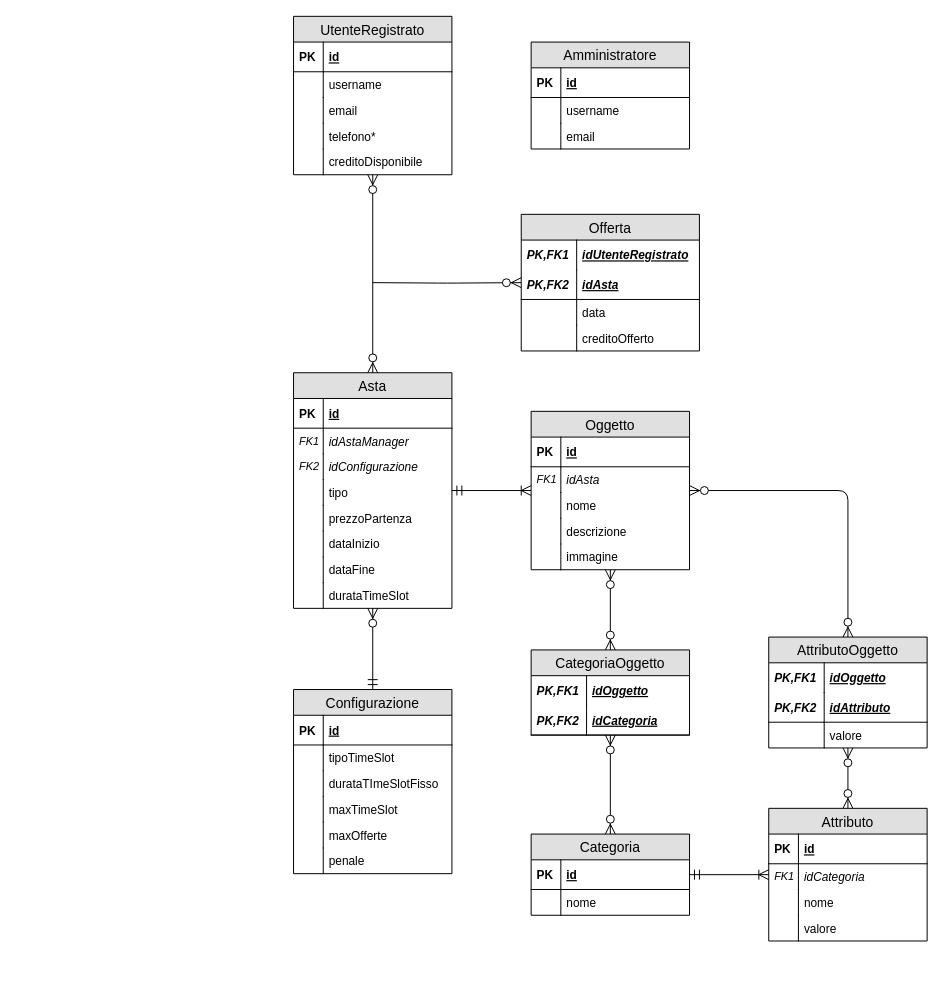
The draw.io diagram Documentazione/Progettazione/Database/Progettazione logica/Relational Model Diagram.drawio in UnimibSoftEngCourse1920/progetto-aste-2-gruppo-aste-2, before the edit. Source tidied: cells renumbered, new cells numbered last; positions are measured from the earlier drawing's top-left corner, leaving out a move shared by most shapes. Both pictures are drawn from the tidied source at 99%, with x=0, y=0 at pixel (293, 16).
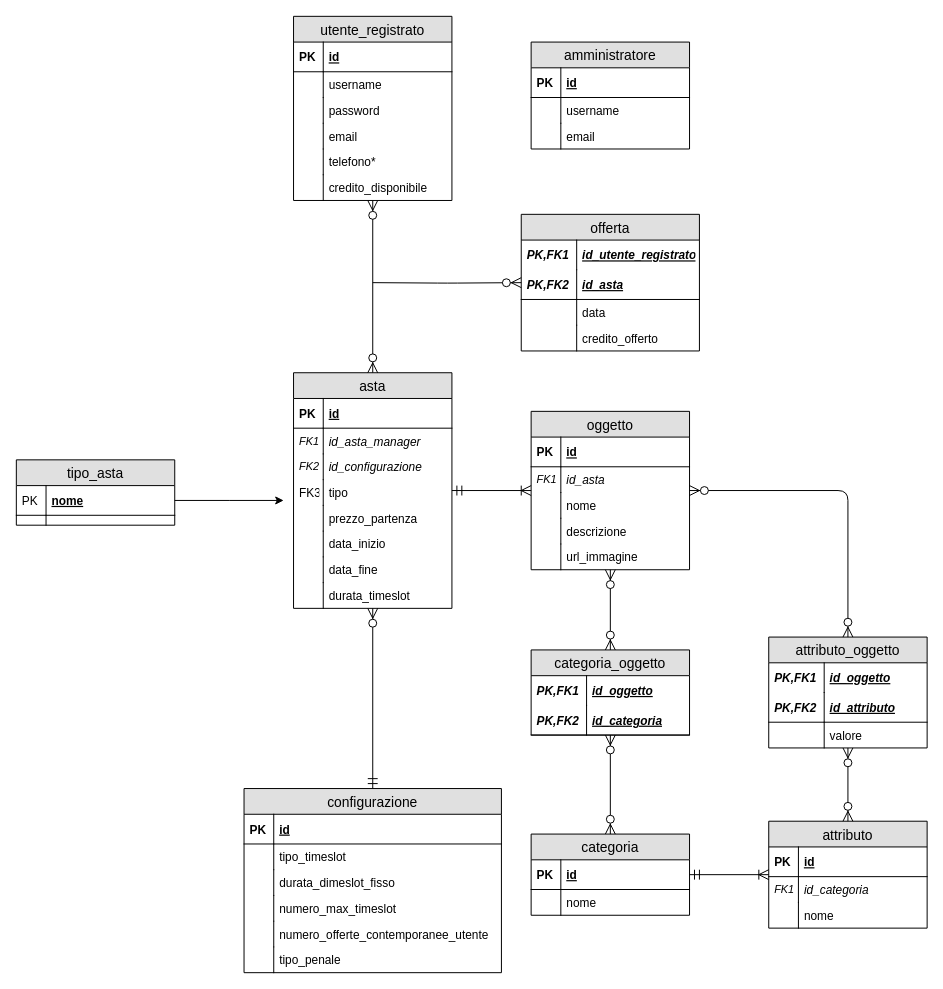
After the change.

Commit message (it also covers changes not shown here):
aggiornato diagramma logico db

Unchanged cells that the change refers to:
```xml
<mxCell id="27" value="tipo" style="shape=partialRectangle;top=0;left=0;right=0;bottom=0;align=left;verticalAlign=top;fillColor=none;spacingLeft=34;spacingRight=4;overflow=hidden;fontSize=12;" parent="20" vertex="1">
  <mxGeometry y="108" width="160" height="26" as="geometry" />
</mxCell>
```

Diff of the diagram source:
```diff
@@
-    <mxCell id="2" value="UtenteRegistrato" style="swimlane;fontStyle=0;horizontal=1;startSize=26;fillColor=#e0e0e0;swimlaneFillColor=#ffffff;align=center;fontSize=14;" parent="1" vertex="1">
-      <mxGeometry width="160" height="160" as="geometry" />
+    <mxCell id="2" value="utente_registrato" style="swimlane;fontStyle=0;horizontal=1;startSize=26;fillColor=#e0e0e0;swimlaneFillColor=#ffffff;align=center;fontSize=14;" parent="1" vertex="1">
+      <mxGeometry width="160" height="186" as="geometry" />
     </mxCell>
@@
+    <mxCell id="105" value="password" style="shape=partialRectangle;top=0;left=0;right=0;bottom=0;align=left;verticalAlign=top;fillColor=none;spacingLeft=34;spacingRight=4;overflow=hidden;fontSize=12;" parent="2" vertex="1">
+      <mxGeometry y="82" width="160" height="26" as="geometry" />
+    </mxCell>
+    <mxCell id="83" style="shape=partialRectangle;top=0;left=0;bottom=0;fillColor=none;align=left;verticalAlign=top;spacingLeft=4;spacingRight=4;overflow=hidden;fontSize=12;" parent="105" vertex="1">
+      <mxGeometry width="30" height="26" as="geometry" />
+    </mxCell>
     <mxCell id="7" value="email" style="shape=partialRectangle;top=0;left=0;right=0;bottom=0;align=left;verticalAlign=top;fillColor=none;spacingLeft=34;spacingRight=4;overflow=hidden;fontSize=12;" parent="2" vertex="1">
-      <mxGeometry y="82" width="160" height="26" as="geometry" />
+      <mxGeometry y="108" width="160" height="26" as="geometry" />
     </mxCell>
@@
     <mxCell id="9" value="telefono*" style="shape=partialRectangle;top=0;left=0;right=0;bottom=0;align=left;verticalAlign=top;fillColor=none;spacingLeft=34;spacingRight=4;overflow=hidden;fontSize=12;" parent="2" vertex="1">
-      <mxGeometry y="108" width="160" height="26" as="geometry" />
+      <mxGeometry y="134" width="160" height="26" as="geometry" />
     </mxCell>
@@
-    <mxCell id="11" value="creditoDisponibile" style="shape=partialRectangle;top=0;left=0;right=0;bottom=0;align=left;verticalAlign=top;fillColor=none;spacingLeft=34;spacingRight=4;overflow=hidden;fontSize=12;" parent="2" vertex="1">
-      <mxGeometry y="134" width="160" height="26" as="geometry" />
+    <mxCell id="11" value="credito_disponibile" style="shape=partialRectangle;top=0;left=0;right=0;bottom=0;align=left;verticalAlign=top;fillColor=none;spacingLeft=34;spacingRight=4;overflow=hidden;fontSize=12;" parent="2" vertex="1">
+      <mxGeometry y="160" width="160" height="26" as="geometry" />
     </mxCell>
@@
-    <mxCell id="13" value="Amministratore" style="swimlane;fontStyle=0;horizontal=1;startSize=26;fillColor=#e0e0e0;swimlaneFillColor=#ffffff;align=center;fontSize=14;" parent="1" vertex="1">
+    <mxCell id="13" value="amministratore" style="swimlane;fontStyle=0;horizontal=1;startSize=26;fillColor=#e0e0e0;swimlaneFillColor=#ffffff;align=center;fontSize=14;" parent="1" vertex="1">
       <mxGeometry x="240" y="26" width="160" height="108" as="geometry" />
     </mxCell>
@@
-    <mxCell id="20" value="Asta" style="swimlane;fontStyle=0;horizontal=1;startSize=26;fillColor=#e0e0e0;swimlaneFillColor=#ffffff;align=center;fontSize=14;" parent="1" vertex="1">
+    <mxCell id="20" value="asta" style="swimlane;fontStyle=0;horizontal=1;startSize=26;fillColor=#e0e0e0;swimlaneFillColor=#ffffff;align=center;fontSize=14;" parent="1" vertex="1">
       <mxGeometry y="360" width="160" height="238" as="geometry" />
     </mxCell>
@@
-    <mxCell id="23" value="idAstaManager" style="shape=partialRectangle;top=0;left=0;right=0;bottom=0;align=left;verticalAlign=top;fillColor=none;spacingLeft=34;spacingRight=4;overflow=hidden;fontSize=12;fontStyle=2;" parent="20" vertex="1">
+    <mxCell id="23" value="id_asta_manager" style="shape=partialRectangle;top=0;left=0;right=0;bottom=0;align=left;verticalAlign=top;fillColor=none;spacingLeft=34;spacingRight=4;overflow=hidden;fontSize=12;fontStyle=2;" parent="20" vertex="1">
       <mxGeometry y="56" width="160" height="26" as="geometry" />
     </mxCell>
@@
-    <mxCell id="25" value="idConfigurazione" style="shape=partialRectangle;top=0;left=0;right=0;bottom=0;align=left;verticalAlign=top;fillColor=none;spacingLeft=34;spacingRight=4;overflow=hidden;fontSize=12;fontStyle=2;" parent="20" vertex="1">
+    <mxCell id="25" value="id_configurazione" style="shape=partialRectangle;top=0;left=0;right=0;bottom=0;align=left;verticalAlign=top;fillColor=none;spacingLeft=34;spacingRight=4;overflow=hidden;fontSize=12;fontStyle=2;" parent="20" vertex="1">
       <mxGeometry y="82" width="160" height="26" as="geometry" />
     </mxCell>
@@
-    <mxCell id="28" style="shape=partialRectangle;top=0;left=0;bottom=0;fillColor=none;align=left;verticalAlign=top;spacingLeft=4;spacingRight=4;overflow=hidden;fontSize=12;" parent="27" vertex="1">
+    <mxCell id="28" value="FK3" style="shape=partialRectangle;top=0;left=0;bottom=0;fillColor=none;align=left;verticalAlign=top;spacingLeft=4;spacingRight=4;overflow=hidden;fontSize=12;" parent="27" vertex="1">
       <mxGeometry width="30" height="26" as="geometry" />
     </mxCell>
-    <mxCell id="29" value="prezzoPartenza" style="shape=partialRectangle;top=0;left=0;right=0;bottom=0;align=left;verticalAlign=top;fillColor=none;spacingLeft=34;spacingRight=4;overflow=hidden;fontSize=12;" parent="20" vertex="1">
+    <mxCell id="29" value="prezzo_partenza" style="shape=partialRectangle;top=0;left=0;right=0;bottom=0;align=left;verticalAlign=top;fillColor=none;spacingLeft=34;spacingRight=4;overflow=hidden;fontSize=12;" parent="20" vertex="1">
       <mxGeometry y="134" width="160" height="26" as="geometry" />
     </mxCell>
@@
-    <mxCell id="31" value="dataInizio" style="shape=partialRectangle;top=0;left=0;right=0;bottom=0;align=left;verticalAlign=top;fillColor=none;spacingLeft=34;spacingRight=4;overflow=hidden;fontSize=12;" parent="20" vertex="1">
+    <mxCell id="31" value="data_inizio" style="shape=partialRectangle;top=0;left=0;right=0;bottom=0;align=left;verticalAlign=top;fillColor=none;spacingLeft=34;spacingRight=4;overflow=hidden;fontSize=12;" parent="20" vertex="1">
       <mxGeometry y="160" width="160" height="26" as="geometry" />
     </mxCell>
@@
-    <mxCell id="33" value="dataFine" style="shape=partialRectangle;top=0;left=0;right=0;bottom=0;align=left;verticalAlign=top;fillColor=none;spacingLeft=34;spacingRight=4;overflow=hidden;fontSize=12;" parent="20" vertex="1">
+    <mxCell id="33" value="data_fine" style="shape=partialRectangle;top=0;left=0;right=0;bottom=0;align=left;verticalAlign=top;fillColor=none;spacingLeft=34;spacingRight=4;overflow=hidden;fontSize=12;" parent="20" vertex="1">
       <mxGeometry y="186" width="160" height="26" as="geometry" />
     </mxCell>
@@
-    <mxCell id="35" value="durataTimeSlot" style="shape=partialRectangle;top=0;left=0;right=0;bottom=0;align=left;verticalAlign=top;fillColor=none;spacingLeft=34;spacingRight=4;overflow=hidden;fontSize=12;" parent="20" vertex="1">
+    <mxCell id="35" value="durata_timeslot" style="shape=partialRectangle;top=0;left=0;right=0;bottom=0;align=left;verticalAlign=top;fillColor=none;spacingLeft=34;spacingRight=4;overflow=hidden;fontSize=12;" parent="20" vertex="1">
       <mxGeometry y="212" width="160" height="26" as="geometry" />
     </mxCell>
@@
-    <mxCell id="37" value="Offerta" style="swimlane;fontStyle=0;horizontal=1;startSize=26;fillColor=#e0e0e0;swimlaneFillColor=#ffffff;align=center;fontSize=14;" parent="1" vertex="1">
+    <mxCell id="37" value="offerta" style="swimlane;fontStyle=0;horizontal=1;startSize=26;fillColor=#e0e0e0;swimlaneFillColor=#ffffff;align=center;fontSize=14;" parent="1" vertex="1">
       <mxGeometry x="230" y="200" width="180" height="138" as="geometry" />
     </mxCell>
-    <mxCell id="38" value="idUtenteRegistrato" style="shape=partialRectangle;top=0;left=0;right=0;bottom=0;align=left;verticalAlign=middle;fillColor=none;spacingLeft=60;spacingRight=4;overflow=hidden;fontStyle=7;fontSize=12;" parent="37" vertex="1">
+    <mxCell id="38" value="id_utente_registrato" style="shape=partialRectangle;top=0;left=0;right=0;bottom=0;align=left;verticalAlign=middle;fillColor=none;spacingLeft=60;spacingRight=4;overflow=hidden;fontStyle=7;fontSize=12;" parent="37" vertex="1">
       <mxGeometry y="26" width="180" height="30" as="geometry" />
     </mxCell>
@@
-    <mxCell id="40" value="idAsta" style="shape=partialRectangle;top=0;left=0;right=0;bottom=1;align=left;verticalAlign=middle;fillColor=none;spacingLeft=60;spacingRight=4;overflow=hidden;fontStyle=7;fontSize=12;" parent="37" vertex="1">
+    <mxCell id="40" value="id_asta" style="shape=partialRectangle;top=0;left=0;right=0;bottom=1;align=left;verticalAlign=middle;fillColor=none;spacingLeft=60;spacingRight=4;overflow=hidden;fontStyle=7;fontSize=12;" parent="37" vertex="1">
       <mxGeometry y="56" width="180" height="30" as="geometry" />
     </mxCell>
@@
-    <mxCell id="44" value="creditoOfferto" style="shape=partialRectangle;top=0;left=0;right=0;bottom=0;align=left;verticalAlign=top;fillColor=none;spacingLeft=60;spacingRight=4;overflow=hidden;fontSize=12;" parent="37" vertex="1">
+    <mxCell id="44" value="credito_offerto" style="shape=partialRectangle;top=0;left=0;right=0;bottom=0;align=left;verticalAlign=top;fillColor=none;spacingLeft=60;spacingRight=4;overflow=hidden;fontSize=12;" parent="37" vertex="1">
       <mxGeometry y="112" width="180" height="26" as="geometry" />
     </mxCell>
@@
-    <mxCell id="46" value="Configurazione" style="swimlane;fontStyle=0;horizontal=1;startSize=26;fillColor=#e0e0e0;swimlaneFillColor=#ffffff;align=center;fontSize=14;" parent="1" vertex="1">
-      <mxGeometry y="680" width="160" height="186" as="geometry" />
+    <mxCell id="46" value="configurazione" style="swimlane;fontStyle=0;horizontal=1;startSize=26;fillColor=#e0e0e0;swimlaneFillColor=#ffffff;align=center;fontSize=14;" parent="1" vertex="1">
+      <mxGeometry x="-50" y="780" width="260" height="186" as="geometry" />
     </mxCell>
     <mxCell id="47" value="id" style="shape=partialRectangle;top=0;left=0;right=0;bottom=1;align=left;verticalAlign=middle;fillColor=none;spacingLeft=34;spacingRight=4;overflow=hidden;fontStyle=5;fontSize=12;" parent="46" vertex="1">
-      <mxGeometry y="26" width="160" height="30" as="geometry" />
+      <mxGeometry y="26" width="260" height="30" as="geometry" />
     </mxCell>
@@
-    <mxCell id="49" value="tipoTimeSlot" style="shape=partialRectangle;top=0;left=0;right=0;bottom=0;align=left;verticalAlign=top;fillColor=none;spacingLeft=34;spacingRight=4;overflow=hidden;fontSize=12;" parent="46" vertex="1">
-      <mxGeometry y="56" width="160" height="26" as="geometry" />
+    <mxCell id="49" value="tipo_timeslot" style="shape=partialRectangle;top=0;left=0;right=0;bottom=0;align=left;verticalAlign=top;fillColor=none;spacingLeft=34;spacingRight=4;overflow=hidden;fontSize=12;" parent="46" vertex="1">
+      <mxGeometry y="56" width="260" height="26" as="geometry" />
     </mxCell>
@@
-    <mxCell id="51" value="durataTImeSlotFisso" style="shape=partialRectangle;top=0;left=0;right=0;bottom=0;align=left;verticalAlign=top;fillColor=none;spacingLeft=34;spacingRight=4;overflow=hidden;fontSize=12;" parent="46" vertex="1">
-      <mxGeometry y="82" width="160" height="26" as="geometry" />
+    <mxCell id="51" value="durata_dimeslot_fisso" style="shape=partialRectangle;top=0;left=0;right=0;bottom=0;align=left;verticalAlign=top;fillColor=none;spacingLeft=34;spacingRight=4;overflow=hidden;fontSize=12;" parent="46" vertex="1">
+      <mxGeometry y="82" width="260" height="26" as="geometry" />
     </mxCell>
@@
-    <mxCell id="53" value="maxTimeSlot" style="shape=partialRectangle;top=0;left=0;right=0;bottom=0;align=left;verticalAlign=top;fillColor=none;spacingLeft=34;spacingRight=4;overflow=hidden;fontSize=12;" parent="46" vertex="1">
-      <mxGeometry y="108" width="160" height="26" as="geometry" />
+    <mxCell id="53" value="numero_max_timeslot" style="shape=partialRectangle;top=0;left=0;right=0;bottom=0;align=left;verticalAlign=top;fillColor=none;spacingLeft=34;spacingRight=4;overflow=hidden;fontSize=12;" parent="46" vertex="1">
+      <mxGeometry y="108" width="260" height="26" as="geometry" />
     </mxCell>
@@
-    <mxCell id="55" value="maxOfferte" style="shape=partialRectangle;top=0;left=0;right=0;bottom=0;align=left;verticalAlign=top;fillColor=none;spacingLeft=34;spacingRight=4;overflow=hidden;fontSize=12;" parent="46" vertex="1">
-      <mxGeometry y="134" width="160" height="26" as="geometry" />
+    <mxCell id="55" value="numero_offerte_contemporanee_utente" style="shape=partialRectangle;top=0;left=0;right=0;bottom=0;align=left;verticalAlign=top;fillColor=none;spacingLeft=34;spacingRight=4;overflow=hidden;fontSize=12;" parent="46" vertex="1">
+      <mxGeometry y="134" width="260" height="26" as="geometry" />
     </mxCell>
@@
-    <mxCell id="57" value="penale" style="shape=partialRectangle;top=0;left=0;right=0;bottom=0;align=left;verticalAlign=top;fillColor=none;spacingLeft=34;spacingRight=4;overflow=hidden;fontSize=12;" parent="46" vertex="1">
-      <mxGeometry y="160" width="160" height="26" as="geometry" />
+    <mxCell id="57" value="tipo_penale" style="shape=partialRectangle;top=0;left=0;right=0;bottom=0;align=left;verticalAlign=top;fillColor=none;spacingLeft=34;spacingRight=4;overflow=hidden;fontSize=12;" parent="46" vertex="1">
+      <mxGeometry y="160" width="260" height="26" as="geometry" />
     </mxCell>
@@
-    <mxCell id="59" value="Oggetto" style="swimlane;fontStyle=0;horizontal=1;startSize=26;fillColor=#e0e0e0;swimlaneFillColor=#ffffff;align=center;fontSize=14;" parent="1" vertex="1">
+    <mxCell id="59" value="oggetto" style="swimlane;fontStyle=0;horizontal=1;startSize=26;fillColor=#e0e0e0;swimlaneFillColor=#ffffff;align=center;fontSize=14;" parent="1" vertex="1">
       <mxGeometry x="240" y="399" width="160" height="160" as="geometry" />
     </mxCell>
@@
-    <mxCell id="62" value="idAsta" style="shape=partialRectangle;top=0;left=0;right=0;bottom=0;align=left;verticalAlign=top;fillColor=none;spacingLeft=34;spacingRight=4;overflow=hidden;fontSize=12;fontStyle=2;" parent="59" vertex="1">
+    <mxCell id="62" value="id_asta" style="shape=partialRectangle;top=0;left=0;right=0;bottom=0;align=left;verticalAlign=top;fillColor=none;spacingLeft=34;spacingRight=4;overflow=hidden;fontSize=12;fontStyle=2;" parent="59" vertex="1">
       <mxGeometry y="56" width="160" height="26" as="geometry" />
     </mxCell>
@@
-    <mxCell id="68" value="immagine" style="shape=partialRectangle;top=0;left=0;right=0;bottom=0;align=left;verticalAlign=top;fillColor=none;spacingLeft=34;spacingRight=4;overflow=hidden;fontSize=12;" parent="59" vertex="1">
+    <mxCell id="68" value="url_immagine" style="shape=partialRectangle;top=0;left=0;right=0;bottom=0;align=left;verticalAlign=top;fillColor=none;spacingLeft=34;spacingRight=4;overflow=hidden;fontSize=12;" parent="59" vertex="1">
       <mxGeometry y="134" width="160" height="26" as="geometry" />
     </mxCell>
@@
-    <mxCell id="70" value="Categoria" style="swimlane;fontStyle=0;horizontal=1;startSize=26;fillColor=#e0e0e0;swimlaneFillColor=#ffffff;align=center;fontSize=14;" parent="1" vertex="1">
+    <mxCell id="70" value="categoria" style="swimlane;fontStyle=0;horizontal=1;startSize=26;fillColor=#e0e0e0;swimlaneFillColor=#ffffff;align=center;fontSize=14;" parent="1" vertex="1">
       <mxGeometry x="240" y="826" width="160" height="82" as="geometry" />
     </mxCell>
@@
-    <mxCell id="75" value="Attributo" style="swimlane;fontStyle=0;horizontal=1;startSize=26;fillColor=#e0e0e0;swimlaneFillColor=#ffffff;align=center;fontSize=14;" parent="1" vertex="1">
-      <mxGeometry x="480" y="800" width="160" height="134" as="geometry" />
+    <mxCell id="75" value="attributo" style="swimlane;fontStyle=0;horizontal=1;startSize=26;fillColor=#e0e0e0;swimlaneFillColor=#ffffff;align=center;fontSize=14;" parent="1" vertex="1">
+      <mxGeometry x="480" y="813" width="160" height="108" as="geometry" />
     </mxCell>
@@
-    <mxCell id="78" value="idCategoria" style="shape=partialRectangle;top=0;left=0;right=0;bottom=0;align=left;verticalAlign=top;fillColor=none;spacingLeft=34;spacingRight=4;overflow=hidden;fontSize=12;fontStyle=2;" parent="75" vertex="1">
+    <mxCell id="78" value="id_categoria" style="shape=partialRectangle;top=0;left=0;right=0;bottom=0;align=left;verticalAlign=top;fillColor=none;spacingLeft=34;spacingRight=4;overflow=hidden;fontSize=12;fontStyle=2;" parent="75" vertex="1">
       <mxGeometry y="56" width="160" height="26" as="geometry" />
     </mxCell>
@@
-    <mxCell id="82" value="valore" style="shape=partialRectangle;top=0;left=0;right=0;bottom=0;align=left;verticalAlign=top;fillColor=none;spacingLeft=34;spacingRight=4;overflow=hidden;fontSize=12;" parent="75" vertex="1">
-      <mxGeometry y="108" width="160" height="26" as="geometry" />
-    </mxCell>
-    <mxCell id="83" style="shape=partialRectangle;top=0;left=0;bottom=0;fillColor=none;align=left;verticalAlign=top;spacingLeft=4;spacingRight=4;overflow=hidden;fontSize=12;" parent="82" vertex="1">
-      <mxGeometry width="30" height="26" as="geometry" />
-    </mxCell>
-    <mxCell id="84" value="AttributoOggetto" style="swimlane;fontStyle=0;horizontal=1;startSize=26;fillColor=#e0e0e0;swimlaneFillColor=#ffffff;align=center;fontSize=14;" parent="1" vertex="1">
+    <mxCell id="84" value="attributo_oggetto" style="swimlane;fontStyle=0;horizontal=1;startSize=26;fillColor=#e0e0e0;swimlaneFillColor=#ffffff;align=center;fontSize=14;" parent="1" vertex="1">
       <mxGeometry x="480" y="627" width="160" height="112" as="geometry" />
     </mxCell>
-    <mxCell id="85" value="idOggetto" style="shape=partialRectangle;top=0;left=0;right=0;bottom=0;align=left;verticalAlign=middle;fillColor=none;spacingLeft=60;spacingRight=4;overflow=hidden;fontStyle=7;fontSize=12;" parent="84" vertex="1">
+    <mxCell id="85" value="id_oggetto" style="shape=partialRectangle;top=0;left=0;right=0;bottom=0;align=left;verticalAlign=middle;fillColor=none;spacingLeft=60;spacingRight=4;overflow=hidden;fontStyle=7;fontSize=12;" parent="84" vertex="1">
       <mxGeometry y="26" width="160" height="30" as="geometry" />
     </mxCell>
@@
-    <mxCell id="87" value="idAttributo" style="shape=partialRectangle;top=0;left=0;right=0;bottom=1;align=left;verticalAlign=middle;fillColor=none;spacingLeft=60;spacingRight=4;overflow=hidden;fontStyle=7;fontSize=12;" parent="84" vertex="1">
+    <mxCell id="87" value="id_attributo" style="shape=partialRectangle;top=0;left=0;right=0;bottom=1;align=left;verticalAlign=middle;fillColor=none;spacingLeft=60;spacingRight=4;overflow=hidden;fontStyle=7;fontSize=12;" parent="84" vertex="1">
       <mxGeometry y="56" width="160" height="30" as="geometry" />
     </mxCell>
@@
-    <mxCell id="91" value="CategoriaOggetto" style="swimlane;fontStyle=0;horizontal=1;startSize=26;fillColor=#e0e0e0;swimlaneFillColor=#ffffff;align=center;fontSize=14;" parent="1" vertex="1">
+    <mxCell id="91" value="categoria_oggetto" style="swimlane;fontStyle=0;horizontal=1;startSize=26;fillColor=#e0e0e0;swimlaneFillColor=#ffffff;align=center;fontSize=14;" parent="1" vertex="1">
       <mxGeometry x="240" y="640" width="160" height="86" as="geometry" />
     </mxCell>
-    <mxCell id="92" value="idOggetto" style="shape=partialRectangle;top=0;left=0;right=0;bottom=0;align=left;verticalAlign=middle;fillColor=none;spacingLeft=60;spacingRight=4;overflow=hidden;fontStyle=7;fontSize=12;" parent="91" vertex="1">
+    <mxCell id="92" value="id_oggetto" style="shape=partialRectangle;top=0;left=0;right=0;bottom=0;align=left;verticalAlign=middle;fillColor=none;spacingLeft=60;spacingRight=4;overflow=hidden;fontStyle=7;fontSize=12;" parent="91" vertex="1">
       <mxGeometry y="26" width="160" height="30" as="geometry" />
     </mxCell>
@@
-    <mxCell id="94" value="idCategoria" style="shape=partialRectangle;top=0;left=0;right=0;bottom=1;align=left;verticalAlign=middle;fillColor=none;spacingLeft=60;spacingRight=4;overflow=hidden;fontStyle=7;fontSize=12;" parent="91" vertex="1">
+    <mxCell id="94" value="id_categoria" style="shape=partialRectangle;top=0;left=0;right=0;bottom=1;align=left;verticalAlign=middle;fillColor=none;spacingLeft=60;spacingRight=4;overflow=hidden;fontStyle=7;fontSize=12;" parent="91" vertex="1">
       <mxGeometry y="56" width="160" height="30" as="geometry" />
     </mxCell>
@@
+    <mxCell id="106" value="tipo_asta" style="swimlane;fontStyle=0;horizontal=1;startSize=26;fillColor=#e0e0e0;swimlaneFillColor=#ffffff;align=center;fontSize=14;" parent="1" vertex="1">
+      <mxGeometry x="-280" y="448" width="160" height="66" as="geometry" />
+    </mxCell>
+    <mxCell id="107" value="nome" style="shape=partialRectangle;top=0;left=0;right=0;bottom=1;align=left;verticalAlign=middle;fillColor=none;spacingLeft=34;spacingRight=4;overflow=hidden;points=[[0,0.5],[1,0.5]];portConstraint=eastwest;fontStyle=5;fontSize=12;" parent="106" vertex="1">
+      <mxGeometry y="26" width="160" height="30" as="geometry" />
+    </mxCell>
+    <mxCell id="108" value="PK" style="shape=partialRectangle;top=0;left=0;bottom=0;fillColor=none;align=left;verticalAlign=middle;spacingLeft=4;spacingRight=4;overflow=hidden;fontSize=12;" parent="107" vertex="1">
+      <mxGeometry width="30" height="30" as="geometry" />
+    </mxCell>
+    <mxCell id="109" style="shape=partialRectangle;top=0;left=0;right=0;bottom=0;align=left;verticalAlign=top;fillColor=none;spacingLeft=34;spacingRight=4;overflow=hidden;fontSize=12;" parent="106" vertex="1">
+      <mxGeometry y="56" width="160" height="10" as="geometry" />
+    </mxCell>
+    <mxCell id="110" style="shape=partialRectangle;top=0;left=0;bottom=0;fillColor=none;align=left;verticalAlign=top;spacingLeft=4;spacingRight=4;overflow=hidden;fontSize=12;" parent="109" vertex="1">
+      <mxGeometry width="30" height="10" as="geometry" />
+    </mxCell>
+    <mxCell id="111" style="edgeStyle=orthogonalEdgeStyle;rounded=0;jettySize=auto;html=1;exitX=1;exitY=0.5;exitDx=0;exitDy=0;" parent="1" edge="1" source="107">
+      <mxGeometry relative="1" as="geometry">
+        <mxPoint x="-10" y="489" as="targetPoint" />
+      </mxGeometry>
+    </mxCell>
```
